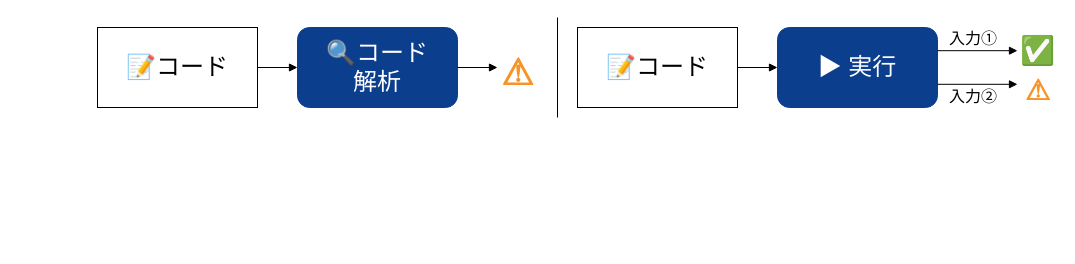
This is 最終/vul_search.drawio.xml from camellian0120/MySeniorThesis, a draw.io file, before an edit. Source tidied: cells renumbered, new cells numbered last; positions are measured from the earlier drawing's top-left corner, leaving out a move shared by most shapes. Both pictures are drawn from the tidied source at 100%, with x=0, y=0 at pixel (97, 17).
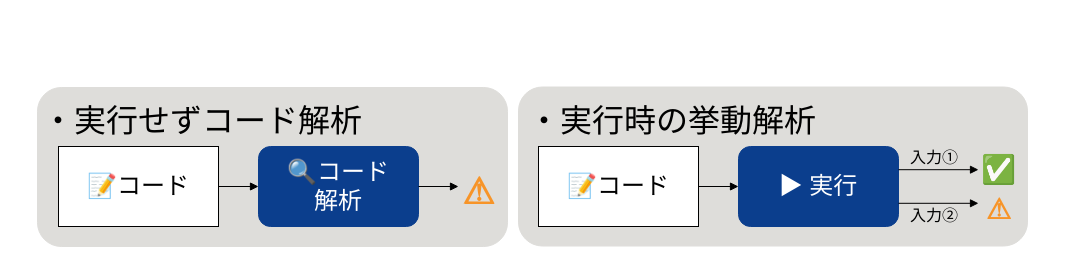
The same diagram, later.

The edit, as a diff of the source:
```diff
@@
-    <mxCell id="2" value="&lt;font style=&quot;font-size: 24px;&quot;&gt;📝&lt;/font&gt;&lt;font style=&quot;font-size: 24px;&quot;&gt;コード&lt;/font&gt;" style="rounded=0;whiteSpace=wrap;html=1;strokeColor=#000000;fontColor=#000000;align=center;" parent="1" vertex="1">
-      <mxGeometry y="10" width="160" height="80" as="geometry" />
+    <mxCell id="2" style="rounded=1;whiteSpace=wrap;html=1;strokeColor=light-dark(#deddda, #ededed);fillColor=light-dark(#deddda, #ededed);" parent="1" vertex="1">
+      <mxGeometry x="421" y="69.5" width="509" height="159" as="geometry" />
     </mxCell>
-    <mxCell id="3" value="&lt;div&gt;&lt;font style=&quot;font-size: 24px;&quot;&gt;🔍コード&lt;/font&gt;&lt;/div&gt;&lt;div&gt;&lt;font style=&quot;font-size: 24px;&quot;&gt;解析&lt;/font&gt;&lt;/div&gt;" style="rounded=1;whiteSpace=wrap;html=1;fillColor=#0B3E8D;strokeColor=#0B3E8D;fontColor=#FFFFFF;" parent="1" vertex="1">
-      <mxGeometry x="200" y="10" width="160" height="80" as="geometry" />
+    <mxCell id="3" value="&lt;font style=&quot;font-size: 32px;&quot;&gt;・実行時の挙動解析&lt;/font&gt;" style="text;html=1;whiteSpace=wrap;strokeColor=none;fillColor=none;align=center;verticalAlign=middle;rounded=0;" parent="1" vertex="1">
+      <mxGeometry x="390" y="79" width="370" height="50" as="geometry" />
     </mxCell>
-    <mxCell id="4" style="endArrow=block;strokeColor=#000000;" parent="1" edge="1" source="2" target="3">
-      <mxGeometry relative="1" as="geometry" />
+    <mxCell id="4" style="rounded=1;whiteSpace=wrap;html=1;strokeColor=light-dark(#deddda, #ededed);fillColor=light-dark(#deddda, #ededed);" parent="1" vertex="1">
+      <mxGeometry x="-60" y="70" width="470" height="159" as="geometry" />
     </mxCell>
-    <mxCell id="5" value="&lt;div align=&quot;center&quot;&gt;&lt;font style=&quot;font-size: 36px;&quot;&gt;⚠&lt;/font&gt;&lt;/div&gt;" style="text;html=1;fontSize=18;fontColor=#F79428;fontStyle=1;align=center;" parent="1" vertex="1">
-      <mxGeometry x="400" y="26.6" width="40" height="46.8" as="geometry" />
+    <mxCell id="5" value="&lt;font style=&quot;font-size: 24px;&quot;&gt;📝&lt;/font&gt;&lt;font style=&quot;font-size: 24px;&quot;&gt;コード&lt;/font&gt;" style="rounded=0;whiteSpace=wrap;html=1;strokeColor=#000000;fontColor=#000000;align=center;" parent="1" vertex="1">
+      <mxGeometry x="-39" y="129" width="160" height="80" as="geometry" />
     </mxCell>
-    <mxCell id="6" style="endArrow=block;strokeColor=#000000;exitX=1;exitY=0.5;exitDx=0;exitDy=0;" parent="1" edge="1" source="3">
-      <mxGeometry relative="1" as="geometry">
-        <mxPoint x="400" y="50" as="targetPoint" />
-      </mxGeometry>
+    <mxCell id="6" value="&lt;div&gt;&lt;font style=&quot;font-size: 24px;&quot;&gt;🔍コード&lt;/font&gt;&lt;/div&gt;&lt;div&gt;&lt;font style=&quot;font-size: 24px;&quot;&gt;解析&lt;/font&gt;&lt;/div&gt;" style="rounded=1;whiteSpace=wrap;html=1;fillColor=#0B3E8D;strokeColor=#0B3E8D;fontColor=#FFFFFF;" parent="1" vertex="1">
+      <mxGeometry x="161" y="129" width="160" height="80" as="geometry" />
     </mxCell>
-    <mxCell id="7" value="&lt;div&gt;入力①&lt;/div&gt;&lt;div&gt;&lt;br&gt;&lt;/div&gt;&lt;div&gt;&lt;br&gt;&lt;/div&gt;&lt;div&gt;入力②&lt;/div&gt;" style="text;html=1;fontSize=16;fontColor=#000000;" parent="1" vertex="1">
-      <mxGeometry x="850" y="5" width="60" height="90" as="geometry" />
+    <mxCell id="7" style="endArrow=block;strokeColor=#000000;" parent="1" edge="1" source="5" target="6">
+      <mxGeometry relative="1" as="geometry" />
     </mxCell>
-    <mxCell id="8" style="endArrow=none;html=1;rounded=0;" parent="1" edge="1">
-      <mxGeometry relative="1" as="geometry">
-        <mxPoint x="460" y="100" as="sourcePoint" />
-        <mxPoint x="460" as="targetPoint" />
-      </mxGeometry>
+    <mxCell id="8" value="&lt;div align=&quot;center&quot;&gt;&lt;font style=&quot;font-size: 36px;&quot;&gt;⚠&lt;/font&gt;&lt;/div&gt;" style="text;html=1;fontSize=18;fontColor=#F79428;fontStyle=1;align=center;" parent="1" vertex="1">
+      <mxGeometry x="361" y="145.6" width="40" height="46.8" as="geometry" />
     </mxCell>
-    <mxCell id="9" value="&lt;div align=&quot;center&quot;&gt;&lt;font style=&quot;font-size: 24px;&quot;&gt;📝コード&lt;/font&gt;&lt;/div&gt;" style="rounded=0;whiteSpace=wrap;html=1;strokeColor=#000000;fontColor=#000000;align=center;" parent="1" vertex="1">
-      <mxGeometry x="480" y="10" width="160" height="80" as="geometry" />
+    <mxCell id="9" style="endArrow=block;strokeColor=#000000;exitX=1;exitY=0.5;exitDx=0;exitDy=0;" parent="1" edge="1" source="6">
+      <mxGeometry relative="1" as="geometry">
+        <mxPoint x="361" y="169" as="targetPoint" />
+      </mxGeometry>
     </mxCell>
-    <mxCell id="10" value="&lt;font style=&quot;font-size: 24px;&quot;&gt;▶ 実行&lt;/font&gt;" style="rounded=1;whiteSpace=wrap;html=1;fillColor=#0B3E8D;strokeColor=#0B3E8D;fontColor=#FFFFFF;" parent="1" vertex="1">
-      <mxGeometry x="680" y="10" width="160" height="80" as="geometry" />
+    <mxCell id="10" value="&lt;div&gt;入力①&lt;/div&gt;&lt;div&gt;&lt;br&gt;&lt;/div&gt;&lt;div&gt;&lt;br&gt;&lt;/div&gt;&lt;div&gt;入力②&lt;/div&gt;" style="text;html=1;fontSize=16;fontColor=#000000;" parent="1" vertex="1">
+      <mxGeometry x="811" y="124" width="60" height="90" as="geometry" />
     </mxCell>
-    <mxCell id="11" style="endArrow=block;strokeColor=#000000;" parent="1" edge="1" source="9" target="10">
-      <mxGeometry relative="1" as="geometry" />
+    <mxCell id="11" value="&lt;div align=&quot;center&quot;&gt;&lt;font style=&quot;font-size: 24px;&quot;&gt;📝コード&lt;/font&gt;&lt;/div&gt;" style="rounded=0;whiteSpace=wrap;html=1;strokeColor=#000000;fontColor=#000000;align=center;" parent="1" vertex="1">
+      <mxGeometry x="441" y="129" width="160" height="80" as="geometry" />
     </mxCell>
-    <mxCell id="12" style="endArrow=block;strokeColor=#000000;" parent="1" edge="1">
-      <mxGeometry relative="1" as="geometry">
-        <mxPoint x="840" y="33.2" as="sourcePoint" />
-        <mxPoint x="920" y="33.2" as="targetPoint" />
-      </mxGeometry>
+    <mxCell id="12" value="&lt;font style=&quot;font-size: 24px;&quot;&gt;▶ 実行&lt;/font&gt;" style="rounded=1;whiteSpace=wrap;html=1;fillColor=#0B3E8D;strokeColor=#0B3E8D;fontColor=#FFFFFF;" parent="1" vertex="1">
+      <mxGeometry x="641" y="129" width="160" height="80" as="geometry" />
     </mxCell>
-    <mxCell id="13" style="endArrow=block;strokeColor=#000000;" parent="1" edge="1">
-      <mxGeometry relative="1" as="geometry">
-        <mxPoint x="840" y="66.8" as="sourcePoint" />
-        <mxPoint x="920" y="66.8" as="targetPoint" />
-      </mxGeometry>
+    <mxCell id="13" style="endArrow=block;strokeColor=#000000;" parent="1" edge="1" source="11" target="12">
+      <mxGeometry relative="1" as="geometry" />
     </mxCell>
-    <mxCell id="14" value="&lt;div align=&quot;center&quot;&gt;&lt;font style=&quot;font-size: 28px;&quot;&gt;⚠&lt;/font&gt;&lt;/div&gt;" style="text;html=1;fontSize=18;fontColor=#F79428;fontStyle=1;align=center;" parent="1" vertex="1">
-      <mxGeometry x="920" y="50" width="40" height="33.5" as="geometry" />
+    <mxCell id="14" style="endArrow=block;strokeColor=#000000;" parent="1" edge="1">
+      <mxGeometry relative="1" as="geometry">
+        <mxPoint x="801" y="152.2" as="sourcePoint" />
+        <mxPoint x="881" y="152.2" as="targetPoint" />
+      </mxGeometry>
     </mxCell>
-    <mxCell id="15" value="&lt;font style=&quot;font-size: 28px;&quot;&gt;✅&lt;/font&gt;" style="text;html=1;fontSize=18;fontColor=#F79428;fontStyle=1;align=center;" parent="1" vertex="1">
-      <mxGeometry x="920" y="10" width="40" height="40" as="geometry" />
+    <mxCell id="15" style="endArrow=block;strokeColor=#000000;" parent="1" edge="1">
+      <mxGeometry relative="1" as="geometry">
+        <mxPoint x="801" y="185.8" as="sourcePoint" />
+        <mxPoint x="881" y="185.8" as="targetPoint" />
+      </mxGeometry>
     </mxCell>
+    <mxCell id="16" value="&lt;div align=&quot;center&quot;&gt;&lt;font style=&quot;font-size: 28px;&quot;&gt;⚠&lt;/font&gt;&lt;/div&gt;" style="text;html=1;fontSize=18;fontColor=#F79428;fontStyle=1;align=center;" parent="1" vertex="1">
+      <mxGeometry x="881" y="169" width="40" height="33.5" as="geometry" />
+    </mxCell>
+    <mxCell id="17" value="&lt;font style=&quot;font-size: 28px;&quot;&gt;✅&lt;/font&gt;" style="text;html=1;fontSize=18;fontColor=#F79428;fontStyle=1;align=center;" parent="1" vertex="1">
+      <mxGeometry x="881" y="129" width="40" height="40" as="geometry" />
+    </mxCell>
+    <mxCell id="18" value="&lt;font style=&quot;font-size: 32px;&quot;&gt;・実行せずコード解析&lt;/font&gt;" style="text;html=1;whiteSpace=wrap;strokeColor=none;fillColor=none;align=center;verticalAlign=middle;rounded=0;" parent="1" vertex="1">
+      <mxGeometry x="-80" y="79" width="370" height="50" as="geometry" />
+    </mxCell>
```
